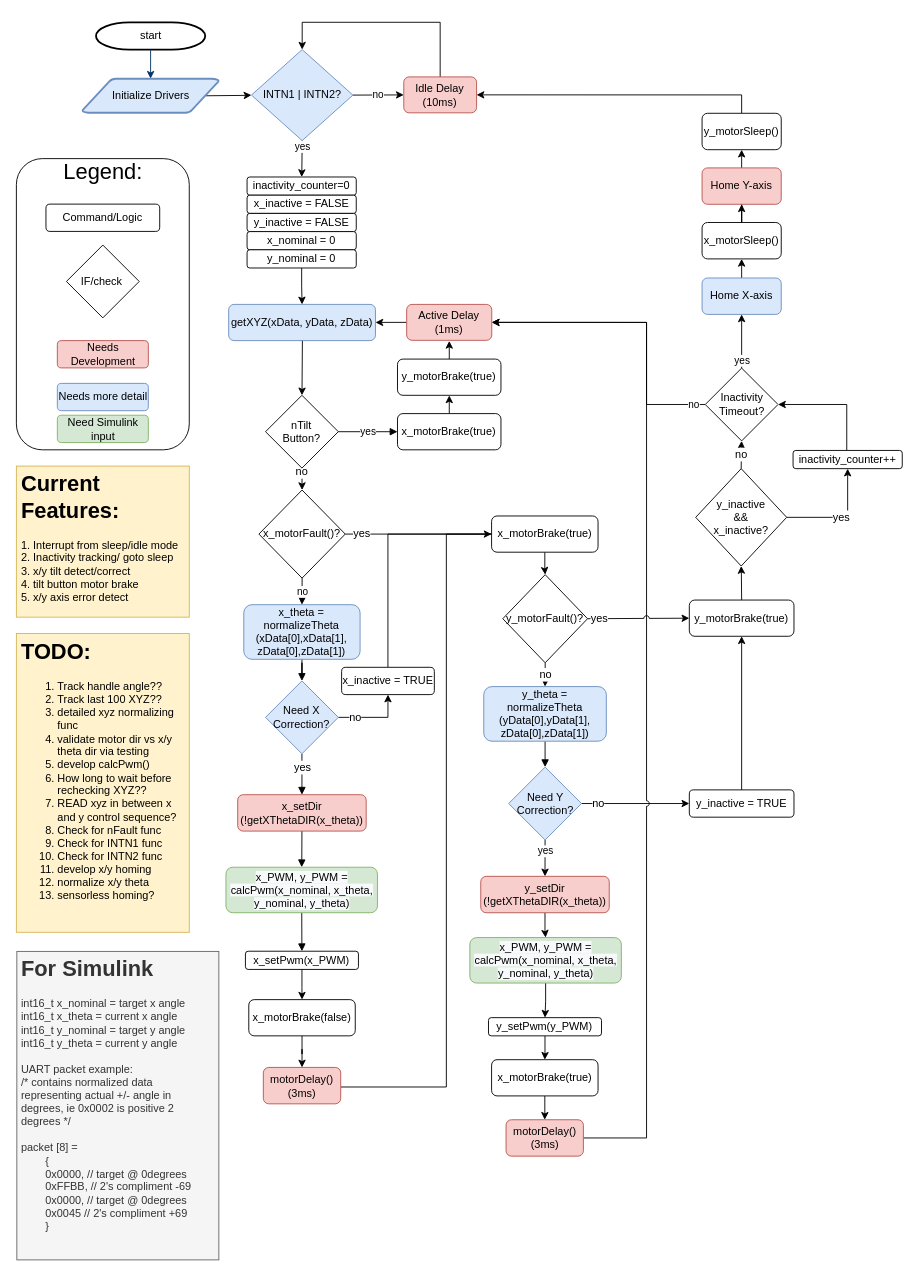
Earlier version of the draw.io diagram Active-Stabalized-Mug FlowChart.drawio (mtagg/TRMRTK). Source tidied: cells renumbered, new cells numbered last; positions are measured from the earlier drawing's top-left corner, leaving out a move shared by most shapes. Both pictures are drawn from the tidied source at 91%, with x=0, y=0 at pixel (16, 22).
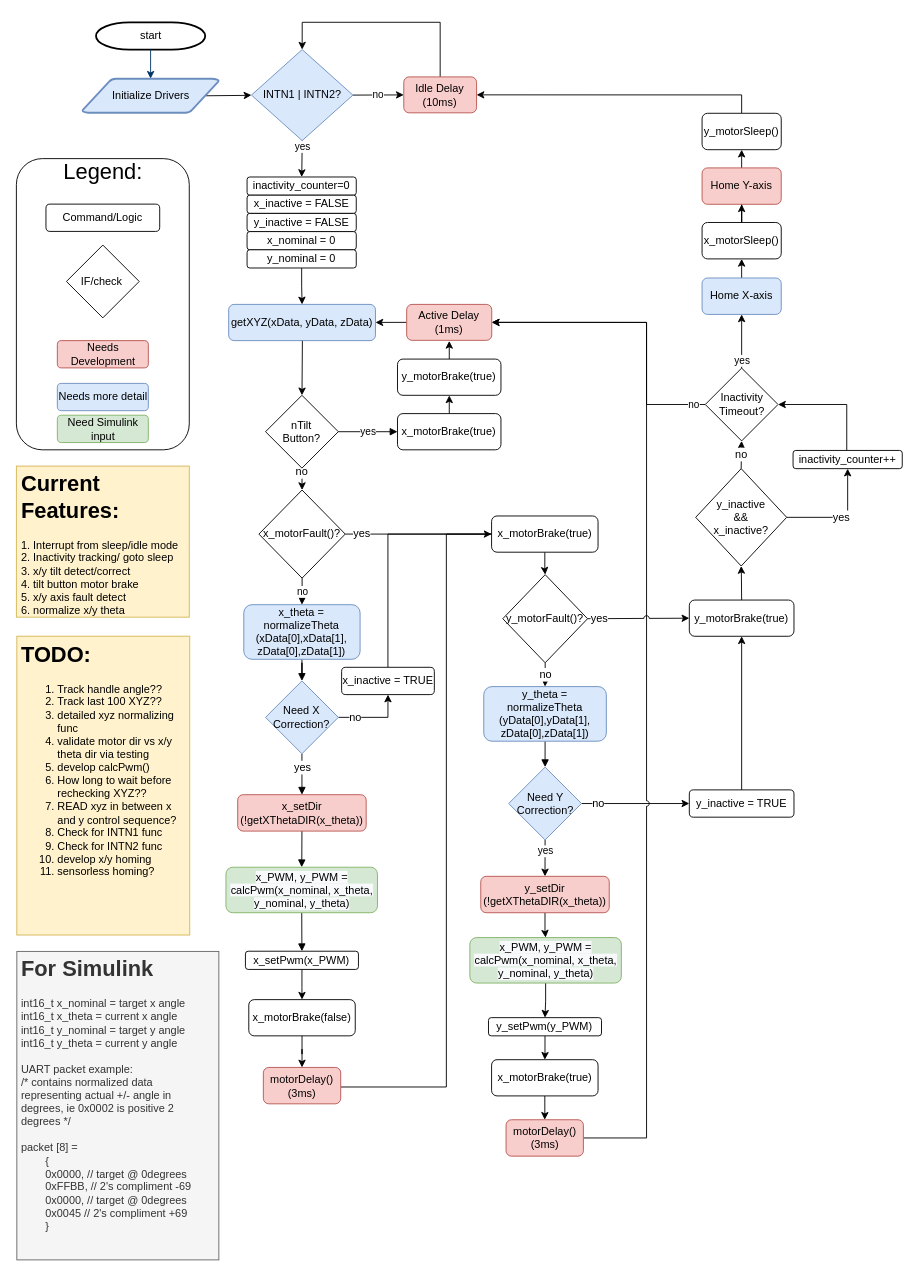
After the change.

Change to the diagram source:
```diff
@@
-    <mxCell id="23" value="&lt;h1&gt;TODO:&lt;/h1&gt;&lt;p&gt;&lt;/p&gt;&lt;ol&gt;&lt;li&gt;Track handle angle??&lt;/li&gt;&lt;li&gt;Track last 100 XYZ??&lt;/li&gt;&lt;li&gt;detailed xyz normalizing func&lt;/li&gt;&lt;li&gt;validate motor dir vs x/y theta dir via testing&lt;/li&gt;&lt;li&gt;develop calcPwm()&lt;/li&gt;&lt;li&gt;How long to wait before rechecking XYZ??&lt;/li&gt;&lt;li&gt;READ xyz in between x and y control sequence?&lt;/li&gt;&lt;li&gt;Check for nFault func&lt;/li&gt;&lt;li&gt;Check for INTN1 func&lt;/li&gt;&lt;li&gt;Check for INTN2 func&lt;/li&gt;&lt;li&gt;develop x/y homing&lt;/li&gt;&lt;li&gt;normalize x/y theta&lt;/li&gt;&lt;li&gt;sensorless homing?&lt;/li&gt;&lt;/ol&gt;&lt;p&gt;&lt;/p&gt;" style="text;html=1;strokeColor=#d6b656;fillColor=#fff2cc;spacing=5;spacingTop=-20;whiteSpace=wrap;overflow=hidden;rounded=0;" parent="1" vertex="1">
-      <mxGeometry x="-0.5" y="671.6" width="190" height="328.4" as="geometry" />
+    <mxCell id="23" value="&lt;h1&gt;TODO:&lt;/h1&gt;&lt;p&gt;&lt;/p&gt;&lt;ol&gt;&lt;li&gt;Track handle angle??&lt;/li&gt;&lt;li&gt;Track last 100 XYZ??&lt;/li&gt;&lt;li&gt;detailed xyz normalizing func&lt;/li&gt;&lt;li&gt;validate motor dir vs x/y theta dir via testing&lt;/li&gt;&lt;li&gt;develop calcPwm()&lt;/li&gt;&lt;li&gt;How long to wait before rechecking XYZ??&lt;/li&gt;&lt;li&gt;READ xyz in between x and y control sequence?&lt;/li&gt;&lt;li&gt;Check for INTN1 func&lt;/li&gt;&lt;li&gt;Check for INTN2 func&lt;/li&gt;&lt;li&gt;develop x/y homing&lt;/li&gt;&lt;li&gt;sensorless homing?&lt;/li&gt;&lt;/ol&gt;&lt;p&gt;&lt;/p&gt;" style="text;html=1;strokeColor=#d6b656;fillColor=#fff2cc;spacing=5;spacingTop=-20;whiteSpace=wrap;overflow=hidden;rounded=0;" parent="1" vertex="1">
+      <mxGeometry y="674.6" width="190" height="328.4" as="geometry" />
     </mxCell>
@@
-    <mxCell id="88" value="&lt;h1&gt;Current Features:&lt;br&gt;&lt;/h1&gt;&lt;div&gt;1. Interrupt from sleep/idle mode&lt;/div&gt;&lt;div&gt;2. Inactivity tracking/ goto sleep&lt;/div&gt;&lt;div&gt;3. x/y tilt detect/correct&lt;/div&gt;&lt;div&gt;4. tilt button motor brake&lt;/div&gt;&lt;div&gt;5. x/y axis error detect&lt;/div&gt;&lt;div&gt;&lt;br&gt;&lt;/div&gt;" style="text;html=1;strokeColor=#d6b656;fillColor=#fff2cc;spacing=5;spacingTop=-20;whiteSpace=wrap;overflow=hidden;rounded=0;fontSize=12;" parent="1" vertex="1">
+    <mxCell id="88" value="&lt;h1&gt;Current Features:&lt;br&gt;&lt;/h1&gt;&lt;div&gt;1. Interrupt from sleep/idle mode&lt;/div&gt;&lt;div&gt;2. Inactivity tracking/ goto sleep&lt;/div&gt;&lt;div&gt;3. x/y tilt detect/correct&lt;/div&gt;&lt;div&gt;4. tilt button motor brake&lt;/div&gt;&lt;div&gt;5. x/y axis fault detect&lt;/div&gt;&lt;div&gt;6.&amp;nbsp;&lt;span style=&quot;background-color: initial;&quot;&gt;normalize x/y theta&lt;/span&gt;&lt;/div&gt;&lt;div&gt;&lt;br&gt;&lt;/div&gt;" style="text;html=1;strokeColor=#d6b656;fillColor=#fff2cc;spacing=5;spacingTop=-20;whiteSpace=wrap;overflow=hidden;rounded=0;fontSize=12;" parent="1" vertex="1">
       <mxGeometry x="-0.5" y="487.7" width="190" height="166" as="geometry" />
     </mxCell>
```
